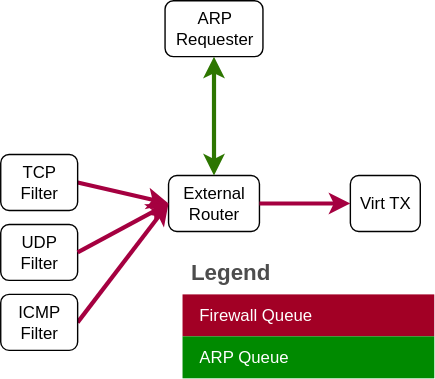
au-ts/lionsos.org keeps this draw.io diagram as static/external_router.svg. Above is the earlier version. Source tidied: cells renumbered, new cells last; positions are measured from the earlier drawing's top-left corner, leaving out a move shared by most shapes.
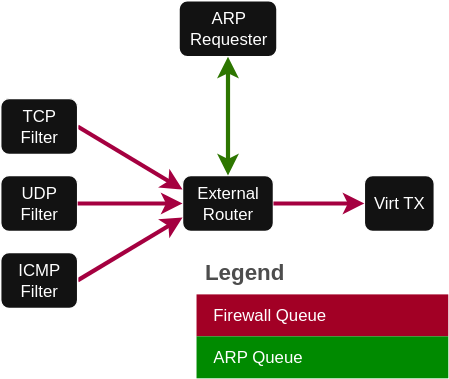
After the change.

Change to the diagram source:
```diff
@@ -8,10 +8,10 @@
     <mxCell id="3" value="External Router" style="rounded=1;whiteSpace=wrap;html=1;" parent="1" vertex="1">
       <mxGeometry x="120" y="125" width="65" height="40" as="geometry" />
     </mxCell>
-    <mxCell id="4" style="endArrow=classic;html=1;rounded=0;exitX=1;exitY=0.5;exitDx=0;exitDy=0;entryX=0;entryY=0.5;entryDx=0;entryDy=0;fillColor=#d80073;strokeColor=#A50040;strokeWidth=3;" parent="1" edge="1" source="9" target="3">
+    <mxCell id="4" style="endArrow=classic;html=1;rounded=0;exitX=1;exitY=0.5;exitDx=0;exitDy=0;entryX=0;entryY=0.75;entryDx=0;entryDy=0;fillColor=#d80073;strokeColor=#A50040;strokeWidth=3;" parent="1" edge="1" source="9" target="3">
       <mxGeometry relative="1" as="geometry" />
     </mxCell>
-    <mxCell id="5" style="endArrow=classic;html=1;rounded=0;exitX=1;exitY=0.5;exitDx=0;exitDy=0;entryX=0;entryY=0.5;entryDx=0;entryDy=0;fillColor=#d80073;strokeColor=#A50040;strokeWidth=3;" parent="1" edge="1" source="11" target="3">
+    <mxCell id="5" style="endArrow=classic;html=1;rounded=0;exitX=1;exitY=0.5;exitDx=0;exitDy=0;entryX=0;entryY=0.25;entryDx=0;entryDy=0;fillColor=#d80073;strokeColor=#A50040;strokeWidth=3;" parent="1" edge="1" source="11" target="3">
       <mxGeometry relative="1" as="geometry" />
     </mxCell>
     <mxCell id="6" style="endArrow=classic;html=1;rounded=0;exitX=1;exitY=0.5;exitDx=0;exitDy=0;entryX=0;entryY=0.5;entryDx=0;entryDy=0;fillColor=#d80073;strokeColor=#A50040;strokeWidth=3;" parent="1" edge="1" source="3" target="2">
@@ -24,13 +24,13 @@
       <mxGeometry relative="1" as="geometry" />
     </mxCell>
     <mxCell id="9" value="&lt;div&gt;ICMP&lt;/div&gt;&lt;div&gt;Filter&lt;/div&gt;" style="rounded=1;whiteSpace=wrap;html=1;" parent="1" vertex="1">
-      <mxGeometry y="210" width="55" height="40" as="geometry" />
+      <mxGeometry x="-10" y="180" width="55" height="40" as="geometry" />
     </mxCell>
     <mxCell id="10" value="&lt;div&gt;UDP&lt;/div&gt;&lt;div&gt;Filter&lt;/div&gt;" style="rounded=1;whiteSpace=wrap;html=1;" parent="1" vertex="1">
-      <mxGeometry y="160" width="55" height="40" as="geometry" />
+      <mxGeometry x="-10" y="125" width="55" height="40" as="geometry" />
     </mxCell>
     <mxCell id="11" value="&lt;div&gt;TCP&lt;/div&gt;&lt;div&gt;Filter&lt;/div&gt;" style="rounded=1;whiteSpace=wrap;html=1;" parent="1" vertex="1">
-      <mxGeometry y="110" width="55" height="40" as="geometry" />
+      <mxGeometry x="-10" y="70" width="55" height="40" as="geometry" />
     </mxCell>
     <mxCell id="12" style="endArrow=classic;html=1;rounded=0;exitX=1;exitY=0.5;exitDx=0;exitDy=0;entryX=0;entryY=0.5;entryDx=0;entryDy=0;fillColor=#d80073;strokeColor=#A50040;strokeWidth=3;" parent="1" edge="1" source="10" target="3">
       <mxGeometry relative="1" as="geometry" />
```
